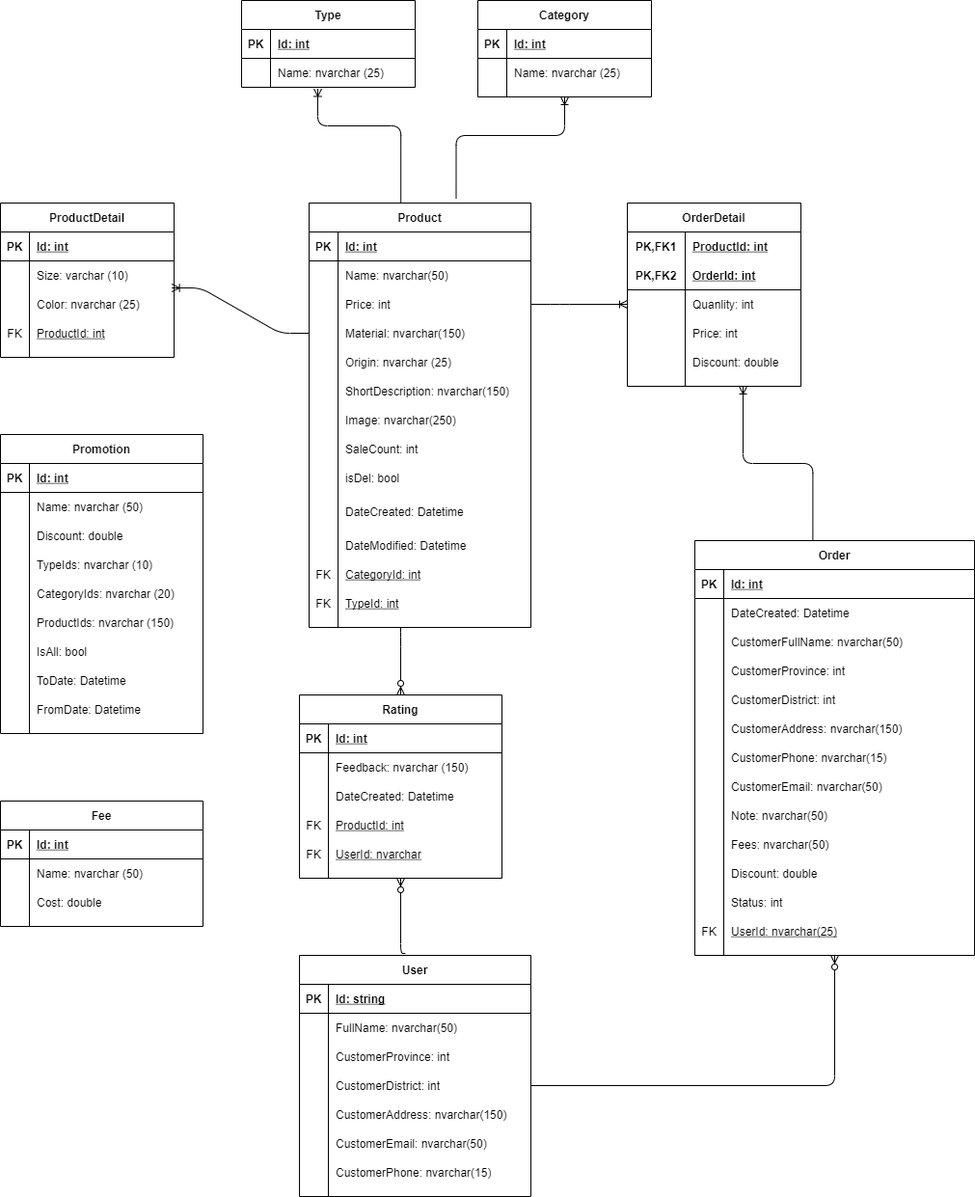
Earlier version of the draw.io export docs/fashion_ns_ecom_db.png (vtoan/fashion-ecom-ns). Source tidied: cells renumbered, new cells last; positions are measured from the earlier drawing's top-left corner, leaving out a move shared by most shapes.
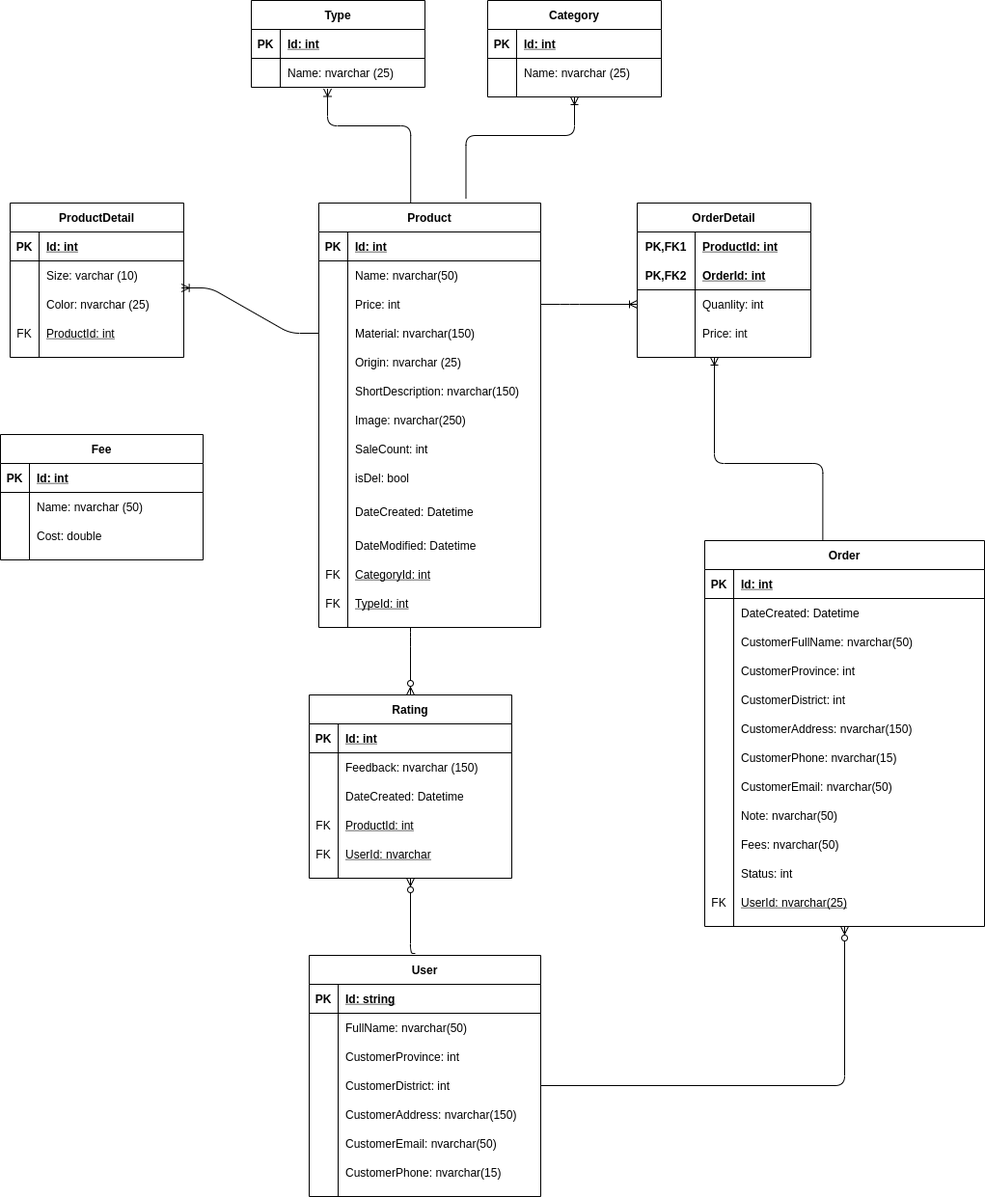
After the commit.

Change to the diagram source:
```diff
@@ -223,7 +223,7 @@
       </mxGeometry>
     </mxCell>
     <mxCell id="72" value="OrderDetail" style="shape=table;startSize=30;rowLines=0;fontStyle=1;align=center;" parent="1" vertex="1">
-      <mxGeometry x="650" y="210" width="180" height="190" as="geometry" />
+      <mxGeometry x="650" y="210" width="180" height="160" as="geometry" />
     </mxCell>
     <mxCell id="73" style="shape=partialRectangle;fillColor=none;top=0;left=0;bottom=0;right=0;" parent="72" vertex="1">
       <mxGeometry y="30" width="180" height="30" as="geometry" />
@@ -261,17 +261,8 @@
     <mxCell id="84" value="Price: int" style="shape=partialRectangle;fillColor=none;top=0;left=0;bottom=0;right=0;align=left;spacingLeft=6;overflow=hidden;" parent="82" vertex="1">
       <mxGeometry x="60" width="120" height="30" as="geometry" />
     </mxCell>
-    <mxCell id="85" style="shape=partialRectangle;fillColor=none;top=0;left=0;bottom=0;right=0;" parent="72" vertex="1">
-      <mxGeometry y="150" width="180" height="30" as="geometry" />
-    </mxCell>
-    <mxCell id="86" style="shape=partialRectangle;fillColor=none;top=0;left=0;bottom=0;right=0;overflow=hidden;" parent="85" vertex="1">
-      <mxGeometry width="60" height="30" as="geometry" />
-    </mxCell>
-    <mxCell id="87" value="Discount: double" style="shape=partialRectangle;fillColor=none;top=0;left=0;bottom=0;right=0;align=left;spacingLeft=6;overflow=hidden;" parent="85" vertex="1">
-      <mxGeometry x="60" width="120" height="30" as="geometry" />
-    </mxCell>
     <mxCell id="88" value="Order" style="shape=table;startSize=30;rowLines=0;fontStyle=1;align=center;" parent="1" vertex="1">
-      <mxGeometry x="720" y="560" width="290" height="430" as="geometry" />
+      <mxGeometry x="720" y="560" width="290" height="400" as="geometry" />
     </mxCell>
     <mxCell id="89" style="shape=partialRectangle;fillColor=none;top=0;left=0;bottom=1;right=0;" parent="88" vertex="1">
       <mxGeometry y="30" width="290" height="30" as="geometry" />
@@ -363,17 +354,8 @@
     <mxCell id="118" value="Fees: nvarchar(50)" style="shape=partialRectangle;fillColor=none;top=0;left=0;bottom=0;right=0;align=left;spacingLeft=6;overflow=hidden;" parent="116" vertex="1">
       <mxGeometry x="30" width="260" height="30" as="geometry" />
     </mxCell>
-    <mxCell id="119" style="shape=partialRectangle;fillColor=none;top=0;left=0;bottom=0;right=0;" parent="88" vertex="1">
-      <mxGeometry y="330" width="290" height="30" as="geometry" />
-    </mxCell>
-    <mxCell id="120" style="shape=partialRectangle;fillColor=none;top=0;left=0;bottom=0;right=0;overflow=hidden;" parent="119" vertex="1">
-      <mxGeometry width="30" height="30" as="geometry" />
-    </mxCell>
-    <mxCell id="121" value="Discount: double" style="shape=partialRectangle;fillColor=none;top=0;left=0;bottom=0;right=0;align=left;spacingLeft=6;overflow=hidden;" parent="119" vertex="1">
-      <mxGeometry x="30" width="260" height="30" as="geometry" />
-    </mxCell>
     <mxCell id="122" style="shape=partialRectangle;fillColor=none;top=0;left=0;bottom=0;right=0;" parent="88" vertex="1">
-      <mxGeometry y="360" width="290" height="30" as="geometry" />
+      <mxGeometry y="330" width="290" height="30" as="geometry" />
     </mxCell>
     <mxCell id="123" style="shape=partialRectangle;fillColor=none;top=0;left=0;bottom=0;right=0;overflow=hidden;" parent="122" vertex="1">
       <mxGeometry width="30" height="30" as="geometry" />
@@ -382,7 +364,7 @@
       <mxGeometry x="30" width="260" height="30" as="geometry" />
     </mxCell>
     <mxCell id="125" style="shape=partialRectangle;fillColor=none;top=0;left=0;bottom=0;right=0;" parent="88" vertex="1">
-      <mxGeometry y="390" width="290" height="30" as="geometry" />
+      <mxGeometry y="360" width="290" height="30" as="geometry" />
     </mxCell>
     <mxCell id="126" value="FK" style="shape=partialRectangle;fillColor=none;top=0;left=0;bottom=0;right=0;overflow=hidden;" parent="125" vertex="1">
       <mxGeometry width="30" height="30" as="geometry" />
@@ -400,10 +382,10 @@
     </mxCell>
     <mxCell id="129" style="fontSize=12;html=1;endArrow=ERoneToMany;edgeStyle=orthogonalEdgeStyle;exitX=0.422;exitY=0;exitDx=0;exitDy=0;exitPerimeter=0;" parent="1" edge="1" source="88">
       <mxGeometry relative="1" as="geometry">
-        <mxPoint x="770" y="400" as="targetPoint" />
+        <mxPoint x="730" y="370" as="targetPoint" />
         <Array as="points">
           <mxPoint x="842" y="480" />
-          <mxPoint x="770" y="480" />
+          <mxPoint x="730" y="480" />
         </Array>
       </mxGeometry>
     </mxCell>
@@ -480,92 +462,8 @@
         </Array>
       </mxGeometry>
     </mxCell>
-    <mxCell id="153" value="Promotion" style="shape=table;startSize=30;rowLines=0;fontStyle=1;align=center;" parent="1" vertex="1">
-      <mxGeometry y="450" width="210" height="310" as="geometry" />
-    </mxCell>
-    <mxCell id="154" style="shape=partialRectangle;fillColor=none;top=0;left=0;bottom=1;right=0;" parent="153" vertex="1">
-      <mxGeometry y="30" width="210" height="30" as="geometry" />
-    </mxCell>
-    <mxCell id="155" value="PK" style="shape=partialRectangle;fillColor=none;top=0;left=0;bottom=0;right=0;fontStyle=1;overflow=hidden;" parent="154" vertex="1">
-      <mxGeometry width="30" height="30" as="geometry" />
-    </mxCell>
-    <mxCell id="156" value="Id: int" style="shape=partialRectangle;fillColor=none;top=0;left=0;bottom=0;right=0;align=left;spacingLeft=6;fontStyle=5;overflow=hidden;" parent="154" vertex="1">
-      <mxGeometry x="30" width="180" height="30" as="geometry" />
-    </mxCell>
-    <mxCell id="157" style="shape=partialRectangle;fillColor=none;top=0;left=0;bottom=0;right=0;" parent="153" vertex="1">
-      <mxGeometry y="60" width="210" height="30" as="geometry" />
-    </mxCell>
-    <mxCell id="158" style="shape=partialRectangle;fillColor=none;top=0;left=0;bottom=0;right=0;overflow=hidden;" parent="157" vertex="1">
-      <mxGeometry width="30" height="30" as="geometry" />
-    </mxCell>
-    <mxCell id="159" value="Name: nvarchar (50)" style="shape=partialRectangle;fillColor=none;top=0;left=0;bottom=0;right=0;align=left;spacingLeft=6;overflow=hidden;" parent="157" vertex="1">
-      <mxGeometry x="30" width="180" height="30" as="geometry" />
-    </mxCell>
-    <mxCell id="160" style="shape=partialRectangle;fillColor=none;top=0;left=0;bottom=0;right=0;" parent="153" vertex="1">
-      <mxGeometry y="90" width="210" height="30" as="geometry" />
-    </mxCell>
-    <mxCell id="161" style="shape=partialRectangle;fillColor=none;top=0;left=0;bottom=0;right=0;overflow=hidden;" parent="160" vertex="1">
-      <mxGeometry width="30" height="30" as="geometry" />
-    </mxCell>
-    <mxCell id="162" value="Discount: double" style="shape=partialRectangle;fillColor=none;top=0;left=0;bottom=0;right=0;align=left;spacingLeft=6;overflow=hidden;" parent="160" vertex="1">
-      <mxGeometry x="30" width="180" height="30" as="geometry" />
-    </mxCell>
-    <mxCell id="163" style="shape=partialRectangle;fillColor=none;top=0;left=0;bottom=0;right=0;" parent="153" vertex="1">
-      <mxGeometry y="120" width="210" height="30" as="geometry" />
-    </mxCell>
-    <mxCell id="164" style="shape=partialRectangle;fillColor=none;top=0;left=0;bottom=0;right=0;overflow=hidden;" parent="163" vertex="1">
-      <mxGeometry width="30" height="30" as="geometry" />
-    </mxCell>
-    <mxCell id="165" value="TypeIds: nvarchar (10)" style="shape=partialRectangle;fillColor=none;top=0;left=0;bottom=0;right=0;align=left;spacingLeft=6;overflow=hidden;" parent="163" vertex="1">
-      <mxGeometry x="30" width="180" height="30" as="geometry" />
-    </mxCell>
-    <mxCell id="166" style="shape=partialRectangle;fillColor=none;top=0;left=0;bottom=0;right=0;" parent="153" vertex="1">
-      <mxGeometry y="150" width="210" height="30" as="geometry" />
-    </mxCell>
-    <mxCell id="167" style="shape=partialRectangle;fillColor=none;top=0;left=0;bottom=0;right=0;overflow=hidden;" parent="166" vertex="1">
-      <mxGeometry width="30" height="30" as="geometry" />
-    </mxCell>
-    <mxCell id="168" value="CategoryIds: nvarchar (20)" style="shape=partialRectangle;fillColor=none;top=0;left=0;bottom=0;right=0;align=left;spacingLeft=6;overflow=hidden;" parent="166" vertex="1">
-      <mxGeometry x="30" width="180" height="30" as="geometry" />
-    </mxCell>
-    <mxCell id="169" style="shape=partialRectangle;fillColor=none;top=0;left=0;bottom=0;right=0;" parent="153" vertex="1">
-      <mxGeometry y="180" width="210" height="30" as="geometry" />
-    </mxCell>
-    <mxCell id="170" style="shape=partialRectangle;fillColor=none;top=0;left=0;bottom=0;right=0;overflow=hidden;" parent="169" vertex="1">
-      <mxGeometry width="30" height="30" as="geometry" />
-    </mxCell>
-    <mxCell id="171" value="ProductIds: nvarchar (150)" style="shape=partialRectangle;fillColor=none;top=0;left=0;bottom=0;right=0;align=left;spacingLeft=6;overflow=hidden;" parent="169" vertex="1">
-      <mxGeometry x="30" width="180" height="30" as="geometry" />
-    </mxCell>
-    <mxCell id="172" style="shape=partialRectangle;fillColor=none;top=0;left=0;bottom=0;right=0;" parent="153" vertex="1">
-      <mxGeometry y="210" width="210" height="30" as="geometry" />
-    </mxCell>
-    <mxCell id="173" style="shape=partialRectangle;fillColor=none;top=0;left=0;bottom=0;right=0;overflow=hidden;" parent="172" vertex="1">
-      <mxGeometry width="30" height="30" as="geometry" />
-    </mxCell>
-    <mxCell id="174" value="IsAll: bool" style="shape=partialRectangle;fillColor=none;top=0;left=0;bottom=0;right=0;align=left;spacingLeft=6;overflow=hidden;" parent="172" vertex="1">
-      <mxGeometry x="30" width="180" height="30" as="geometry" />
-    </mxCell>
-    <mxCell id="175" style="shape=partialRectangle;fillColor=none;top=0;left=0;bottom=0;right=0;" parent="153" vertex="1">
-      <mxGeometry y="240" width="210" height="30" as="geometry" />
-    </mxCell>
-    <mxCell id="176" style="shape=partialRectangle;fillColor=none;top=0;left=0;bottom=0;right=0;overflow=hidden;" parent="175" vertex="1">
-      <mxGeometry width="30" height="30" as="geometry" />
-    </mxCell>
-    <mxCell id="177" value="ToDate: Datetime" style="shape=partialRectangle;fillColor=none;top=0;left=0;bottom=0;right=0;align=left;spacingLeft=6;overflow=hidden;" parent="175" vertex="1">
-      <mxGeometry x="30" width="180" height="30" as="geometry" />
-    </mxCell>
-    <mxCell id="178" style="shape=partialRectangle;fillColor=none;top=0;left=0;bottom=0;right=0;" parent="153" vertex="1">
-      <mxGeometry y="270" width="210" height="30" as="geometry" />
-    </mxCell>
-    <mxCell id="179" style="shape=partialRectangle;fillColor=none;top=0;left=0;bottom=0;right=0;overflow=hidden;" parent="178" vertex="1">
-      <mxGeometry width="30" height="30" as="geometry" />
-    </mxCell>
-    <mxCell id="180" value="FromDate: Datetime" style="shape=partialRectangle;fillColor=none;top=0;left=0;bottom=0;right=0;align=left;spacingLeft=6;overflow=hidden;" parent="178" vertex="1">
-      <mxGeometry x="30" width="180" height="30" as="geometry" />
-    </mxCell>
     <mxCell id="181" value="Fee" style="shape=table;startSize=30;rowLines=0;fontStyle=1;align=center;" parent="1" vertex="1">
-      <mxGeometry y="830" width="210" height="130" as="geometry" />
+      <mxGeometry x="-10" y="450" width="210" height="130" as="geometry" />
     </mxCell>
     <mxCell id="182" style="shape=partialRectangle;fillColor=none;top=0;left=0;bottom=1;right=0;" parent="181" vertex="1">
       <mxGeometry y="30" width="210" height="30" as="geometry" />
```
